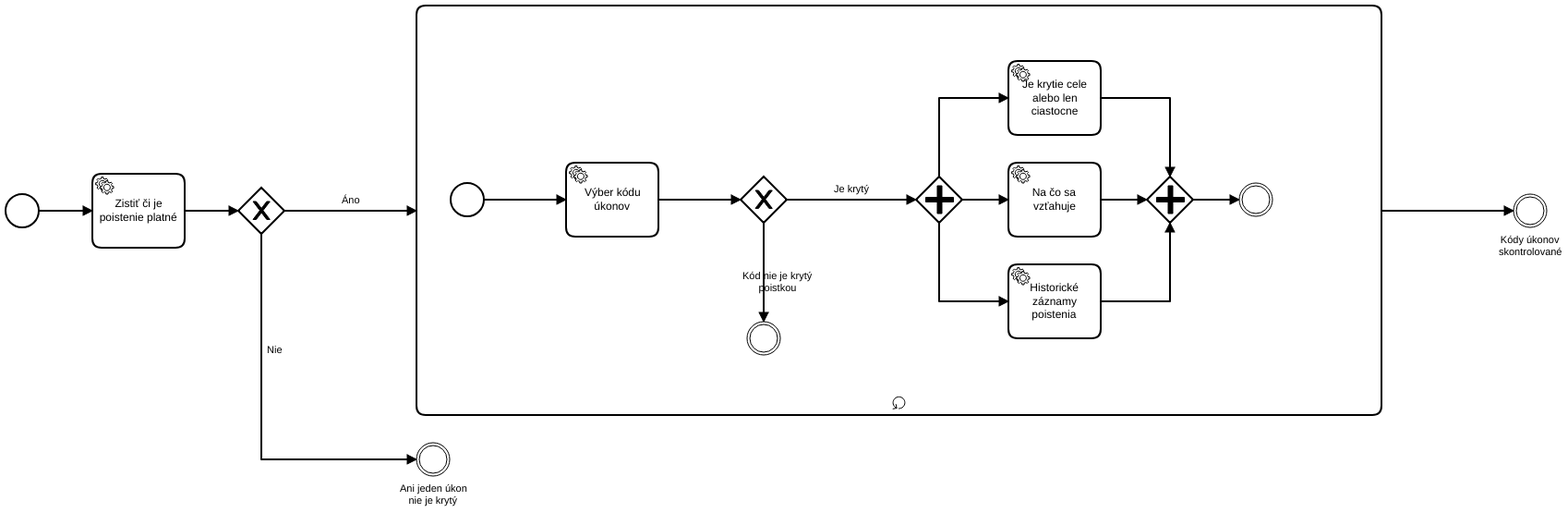
This is models/bpmn_models/system_insurance.png from tomasMizera/pis-insurance, a BPMN export, as it was before one commit. Its source is kept beside it as models/bpmn_models/system_insurance.bpmn. Ids are renumbered. The source it was exported from:
```xml
<bpmn:definitions xmlns:bpmn="http://www.omg.org/spec/BPMN/20100524/MODEL" xmlns:bpmndi="http://www.omg.org/spec/BPMN/20100524/DI" xmlns:di="http://www.omg.org/spec/DD/20100524/DI" xmlns:dc="http://www.omg.org/spec/DD/20100524/DC" id="Definitions_n1" targetNamespace="http://bpmn.io/schema/bpmn" exporter="Camunda Modeler" exporterVersion="2.2.4">
  <bpmn:process id="Process_1" isExecutable="true">
    <bpmn:subProcess id="SubProcess_n2">
      <bpmn:incoming>SequenceFlow_n3</bpmn:incoming>
      <bpmn:outgoing>SequenceFlow_n4</bpmn:outgoing>
      <bpmn:standardLoopCharacteristics />
      <bpmn:parallelGateway id="ExclusiveGateway_n5">
        <bpmn:incoming>SequenceFlow_n6</bpmn:incoming>
        <bpmn:incoming>SequenceFlow_n7</bpmn:incoming>
        <bpmn:incoming>SequenceFlow_n8</bpmn:incoming>
        <bpmn:outgoing>SequenceFlow_n9</bpmn:outgoing>
      </bpmn:parallelGateway>
      <bpmn:intermediateThrowEvent id="IntermediateThrowEvent_n10">
        <bpmn:incoming>SequenceFlow_n9</bpmn:incoming>
      </bpmn:intermediateThrowEvent>
      <bpmn:parallelGateway id="ExclusiveGateway_n11">
        <bpmn:incoming>SequenceFlow_n12</bpmn:incoming>
        <bpmn:outgoing>SequenceFlow_n13</bpmn:outgoing>
        <bpmn:outgoing>SequenceFlow_n14</bpmn:outgoing>
        <bpmn:outgoing>SequenceFlow_n15</bpmn:outgoing>
      </bpmn:parallelGateway>
      <bpmn:startEvent id="StartEvent_1">
        <bpmn:outgoing>SequenceFlow_n16</bpmn:outgoing>
      </bpmn:startEvent>
      <bpmn:sequenceFlow id="SequenceFlow_n13" sourceRef="ExclusiveGateway_n11" targetRef="Task_n17" />
      <bpmn:sequenceFlow id="SequenceFlow_n8" sourceRef="Task_n17" targetRef="ExclusiveGateway_n5" />
      <bpmn:sequenceFlow id="SequenceFlow_n14" sourceRef="ExclusiveGateway_n11" targetRef="Task_n18" />
      <bpmn:sequenceFlow id="SequenceFlow_n7" sourceRef="Task_n18" targetRef="ExclusiveGateway_n5" />
      <bpmn:sequenceFlow id="SequenceFlow_n15" sourceRef="ExclusiveGateway_n11" targetRef="Task_n19" />
      <bpmn:sequenceFlow id="SequenceFlow_n6" sourceRef="Task_n19" targetRef="ExclusiveGateway_n5" />
      <bpmn:sequenceFlow id="SequenceFlow_n9" sourceRef="ExclusiveGateway_n5" targetRef="IntermediateThrowEvent_n10" />
      <bpmn:sequenceFlow id="SequenceFlow_n16" sourceRef="StartEvent_1" targetRef="Task_n20" />
      <bpmn:exclusiveGateway id="ExclusiveGateway_n21">
        <bpmn:incoming>SequenceFlow_n22</bpmn:incoming>
        <bpmn:outgoing>SequenceFlow_n12</bpmn:outgoing>
        <bpmn:outgoing>SequenceFlow_n23</bpmn:outgoing>
      </bpmn:exclusiveGateway>
      <bpmn:sequenceFlow id="SequenceFlow_n22" sourceRef="Task_n20" targetRef="ExclusiveGateway_n21" />
      <bpmn:sequenceFlow id="SequenceFlow_n12" name="Je krytý" sourceRef="ExclusiveGateway_n21" targetRef="ExclusiveGateway_n11" />
      <bpmn:intermediateThrowEvent id="IntermediateThrowEvent_n24">
        <bpmn:incoming>SequenceFlow_n23</bpmn:incoming>
      </bpmn:intermediateThrowEvent>
      <bpmn:sequenceFlow id="SequenceFlow_n23" name="Kód nie je krytý poistkou" sourceRef="ExclusiveGateway_n21" targetRef="IntermediateThrowEvent_n24" />
      <bpmn:serviceTask id="Task_n20" name="Výber kódu úkonov">
        <bpmn:incoming>SequenceFlow_n16</bpmn:incoming>
        <bpmn:outgoing>SequenceFlow_n22</bpmn:outgoing>
      </bpmn:serviceTask>
      <bpmn:serviceTask id="Task_n17" name="Je krytie cele alebo len ciastocne">
        <bpmn:incoming>SequenceFlow_n13</bpmn:incoming>
        <bpmn:outgoing>SequenceFlow_n8</bpmn:outgoing>
      </bpmn:serviceTask>
      <bpmn:serviceTask id="Task_n18" name="Na čo sa vzťahuje">
        <bpmn:incoming>SequenceFlow_n14</bpmn:incoming>
        <bpmn:outgoing>SequenceFlow_n7</bpmn:outgoing>
      </bpmn:serviceTask>
      <bpmn:serviceTask id="Task_n19" name="Historické záznamy poistenia">
        <bpmn:incoming>SequenceFlow_n15</bpmn:incoming>
        <bpmn:outgoing>SequenceFlow_n6</bpmn:outgoing>
      </bpmn:serviceTask>
    </bpmn:subProcess>
    <bpmn:startEvent id="StartEvent_n25">
      <bpmn:outgoing>SequenceFlow_n26</bpmn:outgoing>
    </bpmn:startEvent>
    <bpmn:sequenceFlow id="SequenceFlow_n26" sourceRef="StartEvent_n25" targetRef="Task_n27" />
    <bpmn:exclusiveGateway id="ExclusiveGateway_n28">
      <bpmn:incoming>SequenceFlow_n29</bpmn:incoming>
      <bpmn:outgoing>SequenceFlow_n3</bpmn:outgoing>
      <bpmn:outgoing>SequenceFlow_n30</bpmn:outgoing>
    </bpmn:exclusiveGateway>
    <bpmn:sequenceFlow id="SequenceFlow_n29" sourceRef="Task_n27" targetRef="ExclusiveGateway_n28" />
    <bpmn:sequenceFlow id="SequenceFlow_n3" name="Áno" sourceRef="ExclusiveGateway_n28" targetRef="SubProcess_n2" />
    <bpmn:intermediateThrowEvent id="IntermediateThrowEvent_n31" name="Ani jeden úkon nie je krytý">
      <bpmn:incoming>SequenceFlow_n30</bpmn:incoming>
    </bpmn:intermediateThrowEvent>
    <bpmn:sequenceFlow id="SequenceFlow_n30" name="Nie" sourceRef="ExclusiveGateway_n28" targetRef="IntermediateThrowEvent_n31" />
    <bpmn:intermediateThrowEvent id="IntermediateThrowEvent_n32" name="Kódy úkonov skontrolované">
      <bpmn:incoming>SequenceFlow_n4</bpmn:incoming>
    </bpmn:intermediateThrowEvent>
    <bpmn:sequenceFlow id="SequenceFlow_n4" sourceRef="SubProcess_n2" targetRef="IntermediateThrowEvent_n32" />
    <bpmn:serviceTask id="Task_n27" name="Zistiť či je poistenie platné">
      <bpmn:incoming>SequenceFlow_n26</bpmn:incoming>
      <bpmn:outgoing>SequenceFlow_n29</bpmn:outgoing>
    </bpmn:serviceTask>
  </bpmn:process>
  <bpmndi:BPMNDiagram id="BPMNDiagram_1">
    <bpmndi:BPMNPlane id="BPMNPlane_1" bpmnElement="Process_1">
      <bpmndi:BPMNShape id="_BPMNShape_StartEvent_2" bpmnElement="StartEvent_1">
        <dc:Bounds x="494" y="274" width="36" height="36" />
      </bpmndi:BPMNShape>
      <bpmndi:BPMNShape id="ParallelGateway_0vwk1v8_di" bpmnElement="ExclusiveGateway_n11">
        <dc:Bounds x="998" y="267" width="50" height="50" />
      </bpmndi:BPMNShape>
      <bpmndi:BPMNEdge id="SequenceFlow_n13_di" bpmnElement="SequenceFlow_n13">
        <di:waypoint x="1023" y="267" />
        <di:waypoint x="1023" y="182" />
        <di:waypoint x="1098" y="182" />
      </bpmndi:BPMNEdge>
      <bpmndi:BPMNEdge id="SequenceFlow_n14_di" bpmnElement="SequenceFlow_n14">
        <di:waypoint x="1048" y="292" />
        <di:waypoint x="1098" y="292" />
      </bpmndi:BPMNEdge>
      <bpmndi:BPMNEdge id="SequenceFlow_n15_di" bpmnElement="SequenceFlow_n15">
        <di:waypoint x="1023" y="317" />
        <di:waypoint x="1023" y="402" />
        <di:waypoint x="1098" y="402" />
      </bpmndi:BPMNEdge>
      <bpmndi:BPMNEdge id="SequenceFlow_n6_di" bpmnElement="SequenceFlow_n6">
        <di:waypoint x="1198" y="402" />
        <di:waypoint x="1273" y="402" />
        <di:waypoint x="1273" y="317" />
      </bpmndi:BPMNEdge>
      <bpmndi:BPMNShape id="ParallelGateway_1csw4ld_di" bpmnElement="ExclusiveGateway_n5">
        <dc:Bounds x="1248" y="267" width="50" height="50" />
      </bpmndi:BPMNShape>
      <bpmndi:BPMNEdge id="SequenceFlow_n7_di" bpmnElement="SequenceFlow_n7">
        <di:waypoint x="1198" y="292" />
        <di:waypoint x="1248" y="292" />
      </bpmndi:BPMNEdge>
      <bpmndi:BPMNEdge id="SequenceFlow_n8_di" bpmnElement="SequenceFlow_n8">
        <di:waypoint x="1198" y="182" />
        <di:waypoint x="1273" y="182" />
        <di:waypoint x="1273" y="267" />
      </bpmndi:BPMNEdge>
      <bpmndi:BPMNShape id="IntermediateThrowEvent_n10_di" bpmnElement="IntermediateThrowEvent_n10">
        <dc:Bounds x="1348" y="274" width="36" height="36" />
      </bpmndi:BPMNShape>
      <bpmndi:BPMNEdge id="SequenceFlow_n9_di" bpmnElement="SequenceFlow_n9">
        <di:waypoint x="1298" y="292" />
        <di:waypoint x="1348" y="292" />
      </bpmndi:BPMNEdge>
      <bpmndi:BPMNShape id="SubProcess_n2_di" bpmnElement="SubProcess_n2" isExpanded="true">
        <dc:Bounds x="457" y="82" width="1045" height="443" />
      </bpmndi:BPMNShape>
      <bpmndi:BPMNShape id="StartEvent_n25_di" bpmnElement="StartEvent_n25">
        <dc:Bounds x="12" y="286" width="36" height="36" />
      </bpmndi:BPMNShape>
      <bpmndi:BPMNEdge id="SequenceFlow_n16_di" bpmnElement="SequenceFlow_n16">
        <di:waypoint x="530" y="292" />
        <di:waypoint x="619" y="292" />
      </bpmndi:BPMNEdge>
      <bpmndi:BPMNShape id="ExclusiveGateway_n21_di" bpmnElement="ExclusiveGateway_n21" isMarkerVisible="true">
        <dc:Bounds x="808" y="267" width="50" height="50" />
      </bpmndi:BPMNShape>
      <bpmndi:BPMNEdge id="SequenceFlow_n22_di" bpmnElement="SequenceFlow_n22">
        <di:waypoint x="719" y="292" />
        <di:waypoint x="808" y="292" />
      </bpmndi:BPMNEdge>
      <bpmndi:BPMNEdge id="SequenceFlow_n12_di" bpmnElement="SequenceFlow_n12">
        <di:waypoint x="858" y="292" />
        <di:waypoint x="998" y="292" />
        <bpmndi:BPMNLabel>
          <dc:Bounds x="909" y="274" width="39" height="14" />
        </bpmndi:BPMNLabel>
      </bpmndi:BPMNEdge>
      <bpmndi:BPMNShape id="IntermediateThrowEvent_n24_di" bpmnElement="IntermediateThrowEvent_n24">
        <dc:Bounds x="815" y="424" width="36" height="36" />
      </bpmndi:BPMNShape>
      <bpmndi:BPMNEdge id="SequenceFlow_n23_di" bpmnElement="SequenceFlow_n23">
        <di:waypoint x="833" y="317" />
        <di:waypoint x="833" y="424" />
        <bpmndi:BPMNLabel>
          <dc:Bounds x="810" y="368" width="77" height="27" />
        </bpmndi:BPMNLabel>
      </bpmndi:BPMNEdge>
      <bpmndi:BPMNEdge id="SequenceFlow_n26_di" bpmnElement="SequenceFlow_n26">
        <di:waypoint x="48" y="304" />
        <di:waypoint x="106" y="304" />
      </bpmndi:BPMNEdge>
      <bpmndi:BPMNShape id="ExclusiveGateway_n28_di" bpmnElement="ExclusiveGateway_n28" isMarkerVisible="true">
        <dc:Bounds x="264" y="279" width="50" height="50" />
      </bpmndi:BPMNShape>
      <bpmndi:BPMNEdge id="SequenceFlow_n29_di" bpmnElement="SequenceFlow_n29">
        <di:waypoint x="206" y="304" />
        <di:waypoint x="264" y="304" />
      </bpmndi:BPMNEdge>
      <bpmndi:BPMNEdge id="SequenceFlow_n3_di" bpmnElement="SequenceFlow_n3">
        <di:waypoint x="314" y="304" />
        <di:waypoint x="457" y="304" />
        <bpmndi:BPMNLabel>
          <dc:Bounds x="376" y="286" width="20" height="14" />
        </bpmndi:BPMNLabel>
      </bpmndi:BPMNEdge>
      <bpmndi:BPMNShape id="IntermediateThrowEvent_n31_di" bpmnElement="IntermediateThrowEvent_n31">
        <dc:Bounds x="457" y="555" width="36" height="36" />
        <bpmndi:BPMNLabel>
          <dc:Bounds x="439" y="598" width="73" height="27" />
        </bpmndi:BPMNLabel>
      </bpmndi:BPMNShape>
      <bpmndi:BPMNEdge id="SequenceFlow_n30_di" bpmnElement="SequenceFlow_n30">
        <di:waypoint x="289" y="329" />
        <di:waypoint x="289" y="573" />
        <di:waypoint x="457" y="573" />
        <bpmndi:BPMNLabel>
          <dc:Bounds x="295" y="448" width="18" height="14" />
        </bpmndi:BPMNLabel>
      </bpmndi:BPMNEdge>
      <bpmndi:BPMNShape id="IntermediateThrowEvent_n32_di" bpmnElement="IntermediateThrowEvent_n32">
        <dc:Bounds x="1645" y="286" width="36" height="36" />
        <bpmndi:BPMNLabel>
          <dc:Bounds x="1629" y="329" width="69" height="27" />
        </bpmndi:BPMNLabel>
      </bpmndi:BPMNShape>
      <bpmndi:BPMNEdge id="SequenceFlow_n4_di" bpmnElement="SequenceFlow_n4">
        <di:waypoint x="1502" y="304" />
        <di:waypoint x="1645" y="304" />
      </bpmndi:BPMNEdge>
      <bpmndi:BPMNShape id="ServiceTask_1ve496r_di" bpmnElement="Task_n27">
        <dc:Bounds x="106" y="264" width="100" height="80" />
      </bpmndi:BPMNShape>
      <bpmndi:BPMNShape id="ServiceTask_14uxsev_di" bpmnElement="Task_n20">
        <dc:Bounds x="619" y="252" width="100" height="80" />
      </bpmndi:BPMNShape>
      <bpmndi:BPMNShape id="ServiceTask_11c9ic5_di" bpmnElement="Task_n17">
        <dc:Bounds x="1098" y="142" width="100" height="80" />
      </bpmndi:BPMNShape>
      <bpmndi:BPMNShape id="ServiceTask_0td2yw9_di" bpmnElement="Task_n18">
        <dc:Bounds x="1098" y="252" width="100" height="80" />
      </bpmndi:BPMNShape>
      <bpmndi:BPMNShape id="ServiceTask_0zf2omt_di" bpmnElement="Task_n19">
        <dc:Bounds x="1098" y="362" width="100" height="80" />
      </bpmndi:BPMNShape>
    </bpmndi:BPMNPlane>
  </bpmndi:BPMNDiagram>
</bpmn:definitions>
```
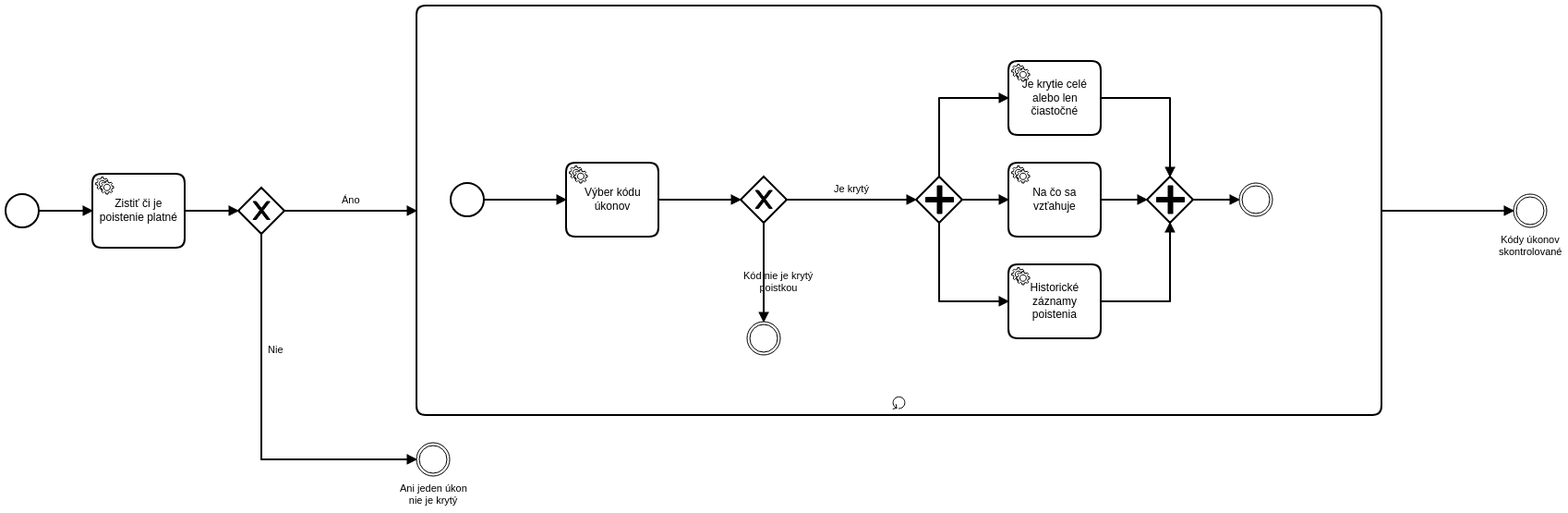
The same diagram one commit later.

Commit message:
edited bpmn diagrams based on feedback

Change to the diagram source:
```diff
@@ -45,7 +45,7 @@
         <bpmn:incoming>SequenceFlow_n16</bpmn:incoming>
         <bpmn:outgoing>SequenceFlow_n22</bpmn:outgoing>
       </bpmn:serviceTask>
-      <bpmn:serviceTask id="Task_n17" name="Je krytie cele alebo len ciastocne">
+      <bpmn:serviceTask id="Task_n17" name="Je krytie celé alebo len čiastočné">
         <bpmn:incoming>SequenceFlow_n13</bpmn:incoming>
         <bpmn:outgoing>SequenceFlow_n8</bpmn:outgoing>
       </bpmn:serviceTask>
```
